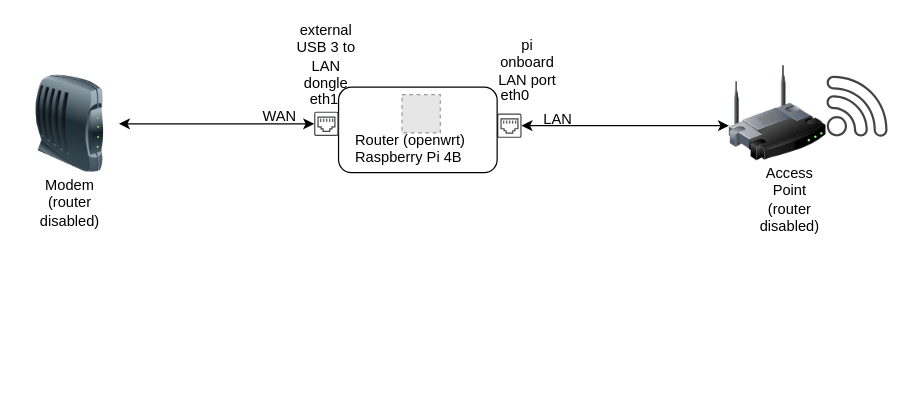
The draw.io diagram media/network.drawio in gmrock/gmrock.github.io, before the edit. Source tidied: cells renumbered, new cells numbered last; positions are measured from the earlier drawing's top-left corner, leaving out a move shared by most shapes. Both pictures are drawn from the tidied source at 122%, with x=0, y=0 at pixel (21, 38). Pictures stored in the file or linked from it are replaced by grey dashed boxes.
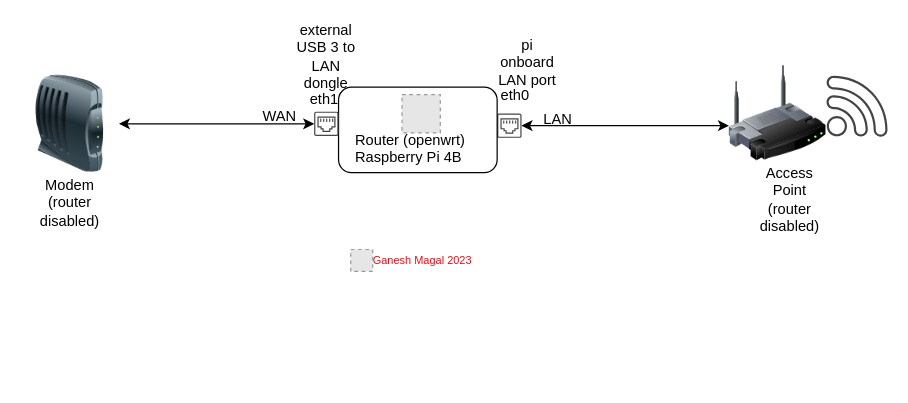
Above is the later version.

Change to the diagram source:
```diff
@@
+    <mxCell id="26" style="group;" parent="1" vertex="1">
+      <mxGeometry x="270" y="170" width="118" height="24" as="geometry" />
+    </mxCell>
+    <mxCell id="27" style="fillColor=#E6E6E6;strokeColor=#999999;dashed=1;html=1;verticalAlign=top;verticalLabelPosition=bottom;labelBackgroundColor=#ffffff;" parent="26" vertex="1">
+      <mxGeometry y="3" width="18" height="18" as="geometry" />
+    </mxCell>
+    <mxCell id="28" value="Ganesh Magal 2023" style="text;html=1;strokeColor=none;fillColor=none;align=center;verticalAlign=middle;whiteSpace=wrap;rounded=0;fontSize=9;labelBorderColor=none;labelBackgroundColor=none;fontColor=#f00c17;" parent="26" vertex="1">
+      <mxGeometry width="118" height="24" as="geometry" />
+    </mxCell>
```
